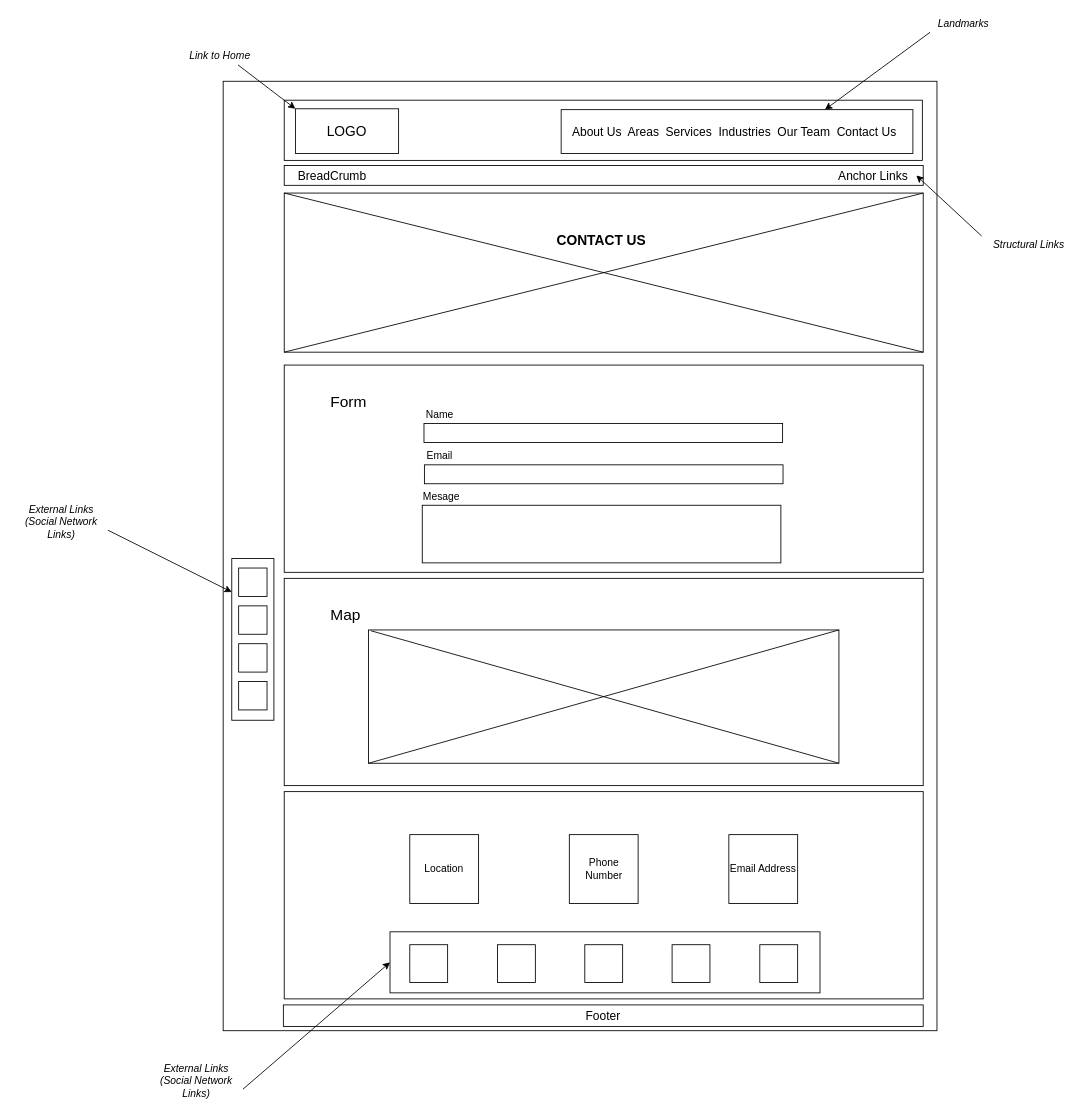
Before: Design Documents/Wireframes/Contact Us.drawio in manzomanze/HypermediaApplicationsProject-Manzella-Messuti-Pelagatti-Pellizzer, a draw.io diagram. Source tidied: cells renumbered, new cells numbered last; positions are measured from the earlier drawing's top-left corner, leaving out a move shared by most shapes. Both pictures are drawn from the tidied source at 86%, with x=0, y=0 at pixel (15, 15).
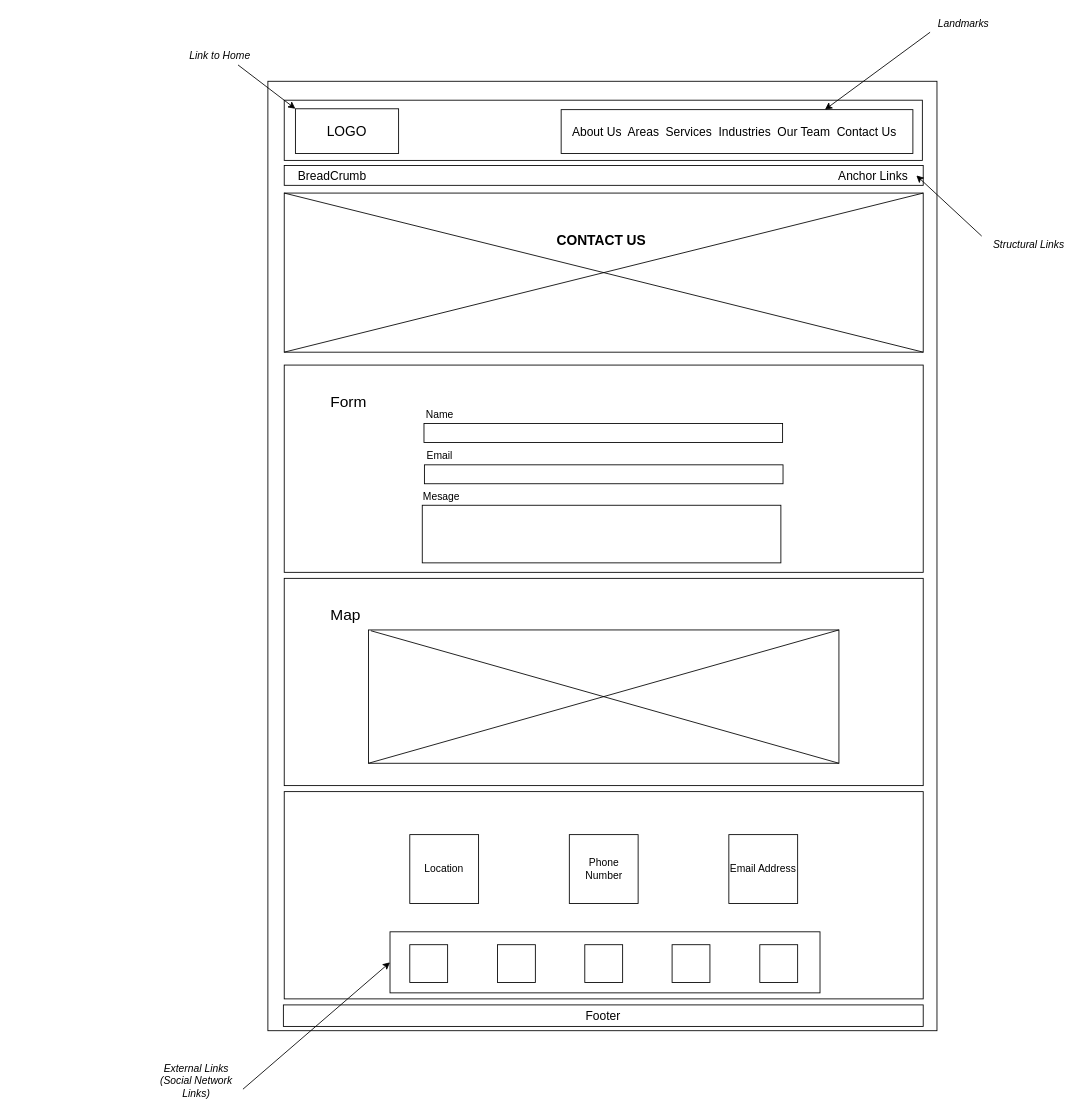
The same diagram, later.

Change to the diagram source:
```diff
@@
     <mxCell id="2" style="rounded=0;whiteSpace=wrap;html=1;fillColor=none;" parent="1" vertex="1">
-      <mxGeometry x="242" y="77" width="830" height="1104" as="geometry" />
+      <mxGeometry x="294" y="77" width="778" height="1104" as="geometry" />
     </mxCell>
@@
-    <mxCell id="22" style="rounded=0;whiteSpace=wrap;html=1;strokeColor=#000000;fillColor=none;" parent="1" vertex="1">
-      <mxGeometry x="252" y="632" width="49" height="188" as="geometry" />
-    </mxCell>
-    <mxCell id="23" style="whiteSpace=wrap;html=1;strokeColor=#000000;fillColor=none;" parent="1" vertex="1">
-      <mxGeometry x="260" y="643" width="33" height="33" as="geometry" />
-    </mxCell>
-    <mxCell id="24" style="whiteSpace=wrap;html=1;strokeColor=#000000;fillColor=none;" parent="1" vertex="1">
-      <mxGeometry x="260" y="687" width="33" height="33" as="geometry" />
-    </mxCell>
-    <mxCell id="25" style="whiteSpace=wrap;html=1;strokeColor=#000000;fillColor=none;" parent="1" vertex="1">
-      <mxGeometry x="260" y="731" width="33" height="33" as="geometry" />
-    </mxCell>
-    <mxCell id="26" style="whiteSpace=wrap;html=1;strokeColor=#000000;fillColor=none;" parent="1" vertex="1">
-      <mxGeometry x="260" y="775" width="33" height="33" as="geometry" />
-    </mxCell>
-    <mxCell id="27" value="&lt;i&gt;External Links (Social Network Links)&lt;/i&gt;" style="text;html=1;strokeColor=none;fillColor=none;align=center;verticalAlign=middle;whiteSpace=wrap;rounded=0;" parent="1" vertex="1">
-      <mxGeometry y="579" width="108" height="20" as="geometry" />
-    </mxCell>
-    <mxCell id="28" style="endArrow=classic;html=1;entryX=0;entryY=0.207;entryDx=0;entryDy=0;entryPerimeter=0;exitX=1;exitY=1;exitDx=0;exitDy=0;" parent="1" edge="1" source="27" target="22">
-      <mxGeometry relative="1" as="geometry" />
-    </mxCell>
```
